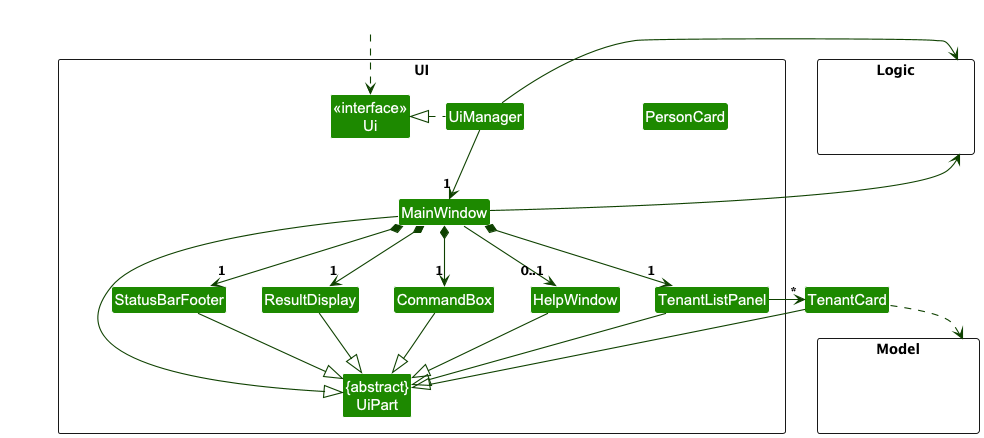
The PlantUML diagram docs/images/UiClassDiagram.png in namitdeb739/tp, before a commit.
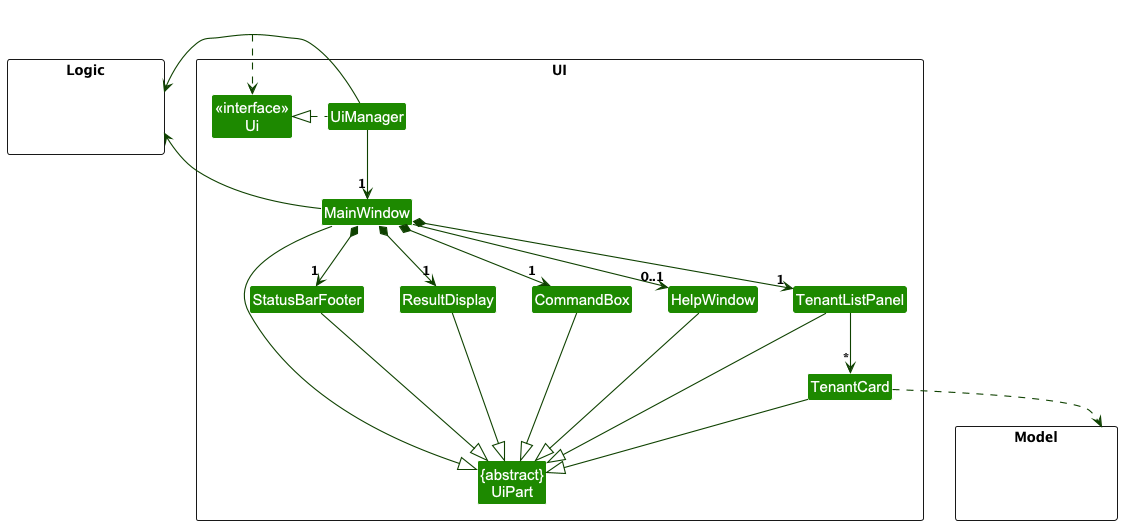
Above is the later version.

Commit message:
Fix Bug in DG whereby some diagrams are not updated

Change to the diagram source:
```diff
@@ -12,7 +12,7 @@
 Class HelpWindow
 Class ResultDisplay
 Class TenantListPanel
-Class PersonCard
+Class TenantCard
 Class StatusBarFooter
 Class CommandBox
 }
```
